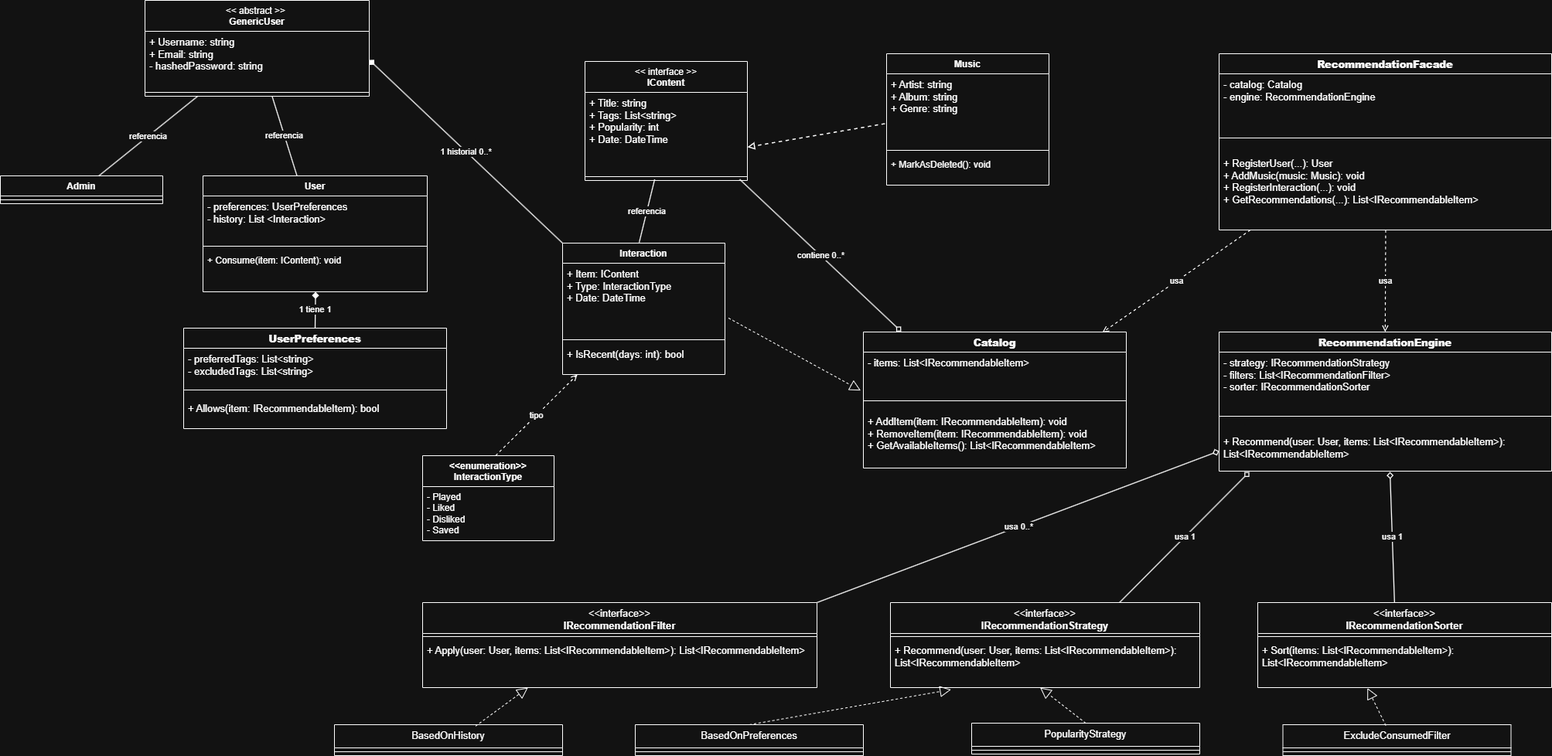
RodrigoQuincke/PII_Proyecto_2026_1 keeps this draw.io diagram as doc/UML.png. Above is the earlier version. Source tidied: cells renumbered, new cells last; positions are measured from the earlier drawing's top-left corner, leaving out a move shared by most shapes.
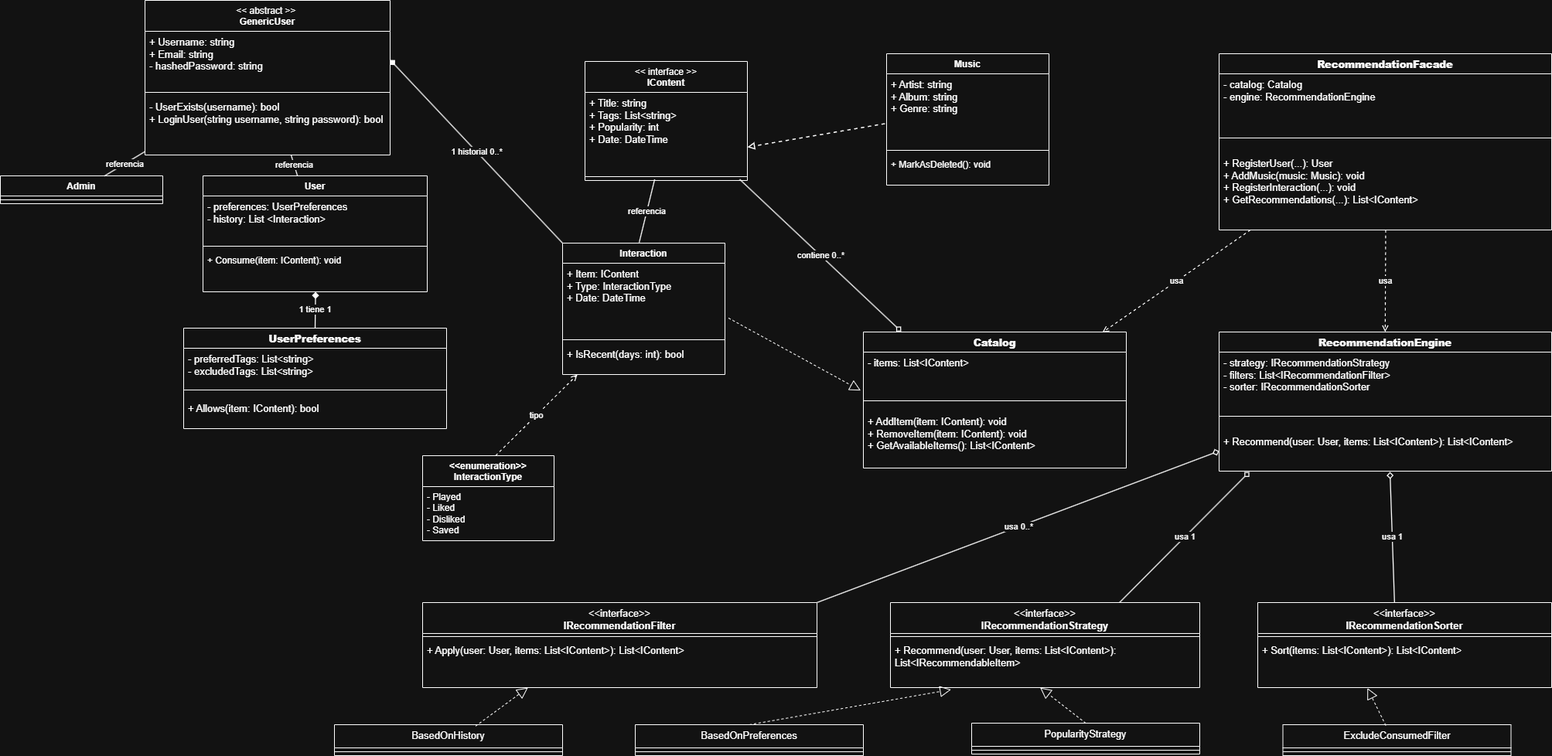
After the change.

Diff of the diagram source:
```diff
@@ -53,7 +53,7 @@
     <mxCell id="16" style="line;strokeWidth=1;fillColor=none;align=left;verticalAlign=middle;spacingTop=-1;spacingLeft=3;spacingRight=3;labelPosition=right;strokeColor=inherit;" parent="15" vertex="1">
       <mxGeometry y="40" width="510" height="8" as="geometry" />
     </mxCell>
-    <mxCell id="17" value="&lt;span style=&quot;font-size: 13px;&quot;&gt;+ Apply(user: User, items: List&amp;lt;IRecommendableItem&amp;gt;): List&amp;lt;IRecommendableItem&amp;gt;&lt;/span&gt;" style="text;strokeColor=none;fillColor=none;align=left;verticalAlign=top;spacingLeft=4;spacingRight=4;overflow=hidden;points=[[0,0.5],[1,0.5]];portConstraint=eastwest;whiteSpace=wrap;html=1;" parent="15" vertex="1">
+    <mxCell id="17" value="&lt;span style=&quot;font-size: 13px;&quot;&gt;+ Apply(user: User, items: List&amp;lt;IContent&amp;gt;): List&amp;lt;IContent&amp;gt;&lt;/span&gt;" style="text;strokeColor=none;fillColor=none;align=left;verticalAlign=top;spacingLeft=4;spacingRight=4;overflow=hidden;points=[[0,0.5],[1,0.5]];portConstraint=eastwest;whiteSpace=wrap;html=1;" parent="15" vertex="1">
       <mxGeometry y="48" width="510" height="62" as="geometry" />
     </mxCell>
     <mxCell id="18" value="&lt;div style=&quot;font-size: 13px; font-weight: 400;&quot;&gt;&lt;div&gt;&amp;lt;&amp;lt;interface&amp;gt;&amp;gt;&lt;/div&gt;&lt;div&gt;&lt;b&gt;IRecommendationStrategy&lt;/b&gt;&lt;/div&gt;&lt;div&gt;&lt;b&gt;&lt;br&gt;&lt;/b&gt;&lt;/div&gt;&lt;/div&gt;" style="swimlane;fontStyle=1;align=center;verticalAlign=top;horizontal=1;startSize=40;whiteSpace=wrap;html=1;" parent="1" vertex="1">
@@ -62,7 +62,7 @@
     <mxCell id="19" style="line;strokeWidth=1;fillColor=none;align=left;verticalAlign=middle;spacingTop=-1;spacingLeft=3;spacingRight=3;labelPosition=right;strokeColor=inherit;" parent="18" vertex="1">
       <mxGeometry y="40" width="400" height="8" as="geometry" />
     </mxCell>
-    <mxCell id="20" value="&lt;span style=&quot;font-size: 13px;&quot;&gt;+ Recommend(user: User, items: List&amp;lt;IRecommendableItem&amp;gt;): List&amp;lt;IRecommendableItem&amp;gt;&lt;/span&gt;" style="text;strokeColor=none;fillColor=none;align=left;verticalAlign=top;spacingLeft=4;spacingRight=4;overflow=hidden;points=[[0,0.5],[1,0.5]];portConstraint=eastwest;whiteSpace=wrap;html=1;" parent="18" vertex="1">
+    <mxCell id="20" value="&lt;span style=&quot;font-size: 13px;&quot;&gt;+ Recommend(user: User, items: List&amp;lt;IContent&amp;gt;): List&amp;lt;IRecommendableItem&amp;gt;&lt;/span&gt;" style="text;strokeColor=none;fillColor=none;align=left;verticalAlign=top;spacingLeft=4;spacingRight=4;overflow=hidden;points=[[0,0.5],[1,0.5]];portConstraint=eastwest;whiteSpace=wrap;html=1;" parent="18" vertex="1">
       <mxGeometry y="48" width="400" height="62" as="geometry" />
     </mxCell>
     <mxCell id="21" value="&lt;div style=&quot;font-size: 13px; font-weight: 400;&quot;&gt;&lt;div&gt;&lt;div&gt;&amp;lt;&amp;lt;interface&amp;gt;&amp;gt;&lt;/div&gt;&lt;div&gt;&lt;b&gt;IRecommendationSorter&lt;/b&gt;&lt;/div&gt;&lt;/div&gt;&lt;/div&gt;" style="swimlane;fontStyle=1;align=center;verticalAlign=top;horizontal=1;startSize=40;whiteSpace=wrap;html=1;" parent="1" vertex="1">
@@ -71,7 +71,7 @@
     <mxCell id="22" style="line;strokeWidth=1;fillColor=none;align=left;verticalAlign=middle;spacingTop=-1;spacingLeft=3;spacingRight=3;labelPosition=right;strokeColor=inherit;" parent="21" vertex="1">
       <mxGeometry y="40" width="380" height="8" as="geometry" />
     </mxCell>
-    <mxCell id="23" value="&lt;span style=&quot;font-size: 13px;&quot;&gt;+ Sort(items: List&amp;lt;IRecommendableItem&amp;gt;): List&amp;lt;IRecommendableItem&amp;gt;&lt;/span&gt;" style="text;strokeColor=none;fillColor=none;align=left;verticalAlign=top;spacingLeft=4;spacingRight=4;overflow=hidden;points=[[0,0.5],[1,0.5]];portConstraint=eastwest;whiteSpace=wrap;html=1;" parent="21" vertex="1">
+    <mxCell id="23" value="&lt;span style=&quot;font-size: 13px;&quot;&gt;+ Sort(items: List&amp;lt;IContent&amp;gt;): List&amp;lt;IContent&amp;gt;&lt;/span&gt;" style="text;strokeColor=none;fillColor=none;align=left;verticalAlign=top;spacingLeft=4;spacingRight=4;overflow=hidden;points=[[0,0.5],[1,0.5]];portConstraint=eastwest;whiteSpace=wrap;html=1;" parent="21" vertex="1">
       <mxGeometry y="48" width="380" height="62" as="geometry" />
     </mxCell>
     <mxCell id="24" value="&lt;b style=&quot;font-size: 13px;&quot;&gt;RecommendationFacade&lt;/b&gt;" style="swimlane;fontStyle=1;align=center;verticalAlign=top;horizontal=1;startSize=26;whiteSpace=wrap;html=1;" parent="1" vertex="1">
@@ -83,7 +83,7 @@
     <mxCell id="26" style="line;strokeWidth=1;fillColor=none;align=left;verticalAlign=middle;spacingTop=-1;spacingLeft=3;spacingRight=3;labelPosition=right;strokeColor=inherit;" parent="24" vertex="1">
       <mxGeometry y="90" width="430" height="38" as="geometry" />
     </mxCell>
-    <mxCell id="27" value="&lt;span style=&quot;font-size: 13px;&quot;&gt;+ RegisterUser(...): User&lt;/span&gt;&lt;br style=&quot;font-size: 13px;&quot;&gt;&lt;span style=&quot;font-size: 13px;&quot;&gt;+ AddMusic(music: Music): void&lt;/span&gt;&lt;br style=&quot;font-size: 13px;&quot;&gt;&lt;span style=&quot;font-size: 13px;&quot;&gt;+ RegisterInteraction(...): void&lt;/span&gt;&lt;br style=&quot;font-size: 13px;&quot;&gt;&lt;span style=&quot;font-size: 13px;&quot;&gt;+ GetRecommendations(...): List&amp;lt;IRecommendableItem&amp;gt;&lt;/span&gt;" style="text;strokeColor=none;fillColor=none;align=left;verticalAlign=top;spacingLeft=4;spacingRight=4;overflow=hidden;points=[[0,0.5],[1,0.5]];portConstraint=eastwest;whiteSpace=wrap;html=1;" parent="24" vertex="1">
+    <mxCell id="27" value="&lt;span style=&quot;font-size: 13px;&quot;&gt;+ RegisterUser(...): User&lt;/span&gt;&lt;br style=&quot;font-size: 13px;&quot;&gt;&lt;span style=&quot;font-size: 13px;&quot;&gt;+ AddMusic(music: Music): void&lt;/span&gt;&lt;br style=&quot;font-size: 13px;&quot;&gt;&lt;span style=&quot;font-size: 13px;&quot;&gt;+ RegisterInteraction(...): void&lt;/span&gt;&lt;br style=&quot;font-size: 13px;&quot;&gt;&lt;span style=&quot;font-size: 13px;&quot;&gt;+ GetRecommendations(...): List&amp;lt;IContent&amp;gt;&lt;/span&gt;" style="text;strokeColor=none;fillColor=none;align=left;verticalAlign=top;spacingLeft=4;spacingRight=4;overflow=hidden;points=[[0,0.5],[1,0.5]];portConstraint=eastwest;whiteSpace=wrap;html=1;" parent="24" vertex="1">
       <mxGeometry y="128" width="430" height="100" as="geometry" />
     </mxCell>
     <mxCell id="28" value="&lt;b style=&quot;font-size: 13px;&quot;&gt;RecommendationEngine&lt;/b&gt;" style="swimlane;fontStyle=1;align=center;verticalAlign=top;horizontal=1;startSize=26;whiteSpace=wrap;html=1;" parent="1" vertex="1">
@@ -95,7 +95,7 @@
     <mxCell id="30" style="line;strokeWidth=1;fillColor=none;align=left;verticalAlign=middle;spacingTop=-1;spacingLeft=3;spacingRight=3;labelPosition=right;strokeColor=inherit;" parent="28" vertex="1">
       <mxGeometry y="90" width="430" height="38" as="geometry" />
     </mxCell>
-    <mxCell id="31" value="&lt;span style=&quot;font-size: 13px;&quot;&gt;+ Recommend(user: User, items: List&amp;lt;IRecommendableItem&amp;gt;): List&amp;lt;IRecommendableItem&amp;gt;&lt;/span&gt;" style="text;strokeColor=none;fillColor=none;align=left;verticalAlign=top;spacingLeft=4;spacingRight=4;overflow=hidden;points=[[0,0.5],[1,0.5]];portConstraint=eastwest;whiteSpace=wrap;html=1;" parent="28" vertex="1">
+    <mxCell id="31" value="&lt;span style=&quot;font-size: 13px;&quot;&gt;+ Recommend(user: User, items: List&amp;lt;IContent&amp;gt;): List&amp;lt;IContent&amp;gt;&lt;/span&gt;" style="text;strokeColor=none;fillColor=none;align=left;verticalAlign=top;spacingLeft=4;spacingRight=4;overflow=hidden;points=[[0,0.5],[1,0.5]];portConstraint=eastwest;whiteSpace=wrap;html=1;" parent="28" vertex="1">
       <mxGeometry y="128" width="430" height="52" as="geometry" />
     </mxCell>
     <mxCell id="32" value="Music" style="swimlane;fontStyle=1;align=center;verticalAlign=top;horizontal=1;startSize=26;whiteSpace=wrap;html=1;" parent="1" vertex="1">
@@ -113,13 +113,13 @@
     <mxCell id="36" value="&lt;b style=&quot;font-size: 13px;&quot;&gt;Catalog&lt;/b&gt;" style="swimlane;fontStyle=1;align=center;verticalAlign=top;horizontal=1;startSize=26;whiteSpace=wrap;html=1;" parent="1" vertex="1">
       <mxGeometry x="1116" y="429" width="340" height="176" as="geometry" />
     </mxCell>
-    <mxCell id="37" value="&lt;span style=&quot;font-size: 13px;&quot;&gt;- items: List&amp;lt;IRecommendableItem&amp;gt;&lt;/span&gt;" style="text;strokeColor=none;fillColor=none;align=left;verticalAlign=top;spacingLeft=4;spacingRight=4;overflow=hidden;points=[[0,0.5],[1,0.5]];portConstraint=eastwest;whiteSpace=wrap;html=1;" parent="36" vertex="1">
+    <mxCell id="37" value="&lt;span style=&quot;font-size: 13px;&quot;&gt;- items: List&amp;lt;IContent&amp;gt;&lt;/span&gt;" style="text;strokeColor=none;fillColor=none;align=left;verticalAlign=top;spacingLeft=4;spacingRight=4;overflow=hidden;points=[[0,0.5],[1,0.5]];portConstraint=eastwest;whiteSpace=wrap;html=1;" parent="36" vertex="1">
       <mxGeometry y="26" width="340" height="50" as="geometry" />
     </mxCell>
     <mxCell id="38" style="line;strokeWidth=1;fillColor=none;align=left;verticalAlign=middle;spacingTop=-1;spacingLeft=3;spacingRight=3;labelPosition=right;strokeColor=inherit;" parent="36" vertex="1">
       <mxGeometry y="76" width="340" height="26" as="geometry" />
     </mxCell>
-    <mxCell id="39" value="&lt;span style=&quot;font-size: 13px;&quot;&gt;+ AddItem(item: IRecommendableItem): void&lt;/span&gt;&lt;br style=&quot;font-size: 13px;&quot;&gt;&lt;span style=&quot;font-size: 13px;&quot;&gt;+ RemoveItem(item: IRecommendableItem): void&lt;/span&gt;&lt;br style=&quot;font-size: 13px;&quot;&gt;&lt;span style=&quot;font-size: 13px;&quot;&gt;+ GetAvailableItems(): List&amp;lt;IRecommendableItem&amp;gt;&lt;/span&gt;" style="text;strokeColor=none;fillColor=none;align=left;verticalAlign=top;spacingLeft=4;spacingRight=4;overflow=hidden;whiteSpace=wrap;html=1;" parent="36" vertex="1">
+    <mxCell id="39" value="&lt;span style=&quot;font-size: 13px;&quot;&gt;+ AddItem(item: IContent): void&lt;/span&gt;&lt;br style=&quot;font-size: 13px;&quot;&gt;&lt;span style=&quot;font-size: 13px;&quot;&gt;+ RemoveItem(item: IContent): void&lt;/span&gt;&lt;br style=&quot;font-size: 13px;&quot;&gt;&lt;span style=&quot;font-size: 13px;&quot;&gt;+ GetAvailableItems(): List&amp;lt;IContent&amp;gt;&lt;/span&gt;" style="text;strokeColor=none;fillColor=none;align=left;verticalAlign=top;spacingLeft=4;spacingRight=4;overflow=hidden;whiteSpace=wrap;html=1;" parent="36" vertex="1">
       <mxGeometry y="102" width="340" height="74" as="geometry" />
     </mxCell>
     <mxCell id="40" value="Interaction" style="swimlane;fontStyle=1;align=center;verticalAlign=top;horizontal=1;startSize=26;whiteSpace=wrap;html=1;" parent="1" vertex="1">
@@ -143,7 +143,7 @@
     <mxCell id="46" style="line;strokeWidth=1;fillColor=none;align=left;verticalAlign=middle;spacingTop=-1;spacingLeft=3;spacingRight=3;labelPosition=right;strokeColor=inherit;" parent="44" vertex="1">
       <mxGeometry y="70" width="340" height="20" as="geometry" />
     </mxCell>
-    <mxCell id="47" value="&lt;span style=&quot;font-size: 13px;&quot;&gt;+ Allows(item: IRecommendableItem): bool&lt;/span&gt;" style="text;strokeColor=none;fillColor=none;align=left;verticalAlign=top;spacingLeft=4;spacingRight=4;overflow=hidden;whiteSpace=wrap;html=1;" parent="44" vertex="1">
+    <mxCell id="47" value="&lt;span style=&quot;font-size: 13px;&quot;&gt;+ Allows(item: IContent): bool&lt;/span&gt;" style="text;strokeColor=none;fillColor=none;align=left;verticalAlign=top;spacingLeft=4;spacingRight=4;overflow=hidden;whiteSpace=wrap;html=1;" parent="44" vertex="1">
       <mxGeometry y="90" width="340" height="40" as="geometry" />
     </mxCell>
     <mxCell id="48" value="User" style="swimlane;fontStyle=1;align=center;verticalAlign=top;horizontal=1;startSize=26;whiteSpace=wrap;html=1;" parent="1" vertex="1">
@@ -159,14 +159,17 @@
       <mxGeometry y="96" width="290" height="54" as="geometry" />
     </mxCell>
     <mxCell id="52" value="&lt;span style=&quot;font-weight: normal;&quot;&gt;&amp;lt;&amp;lt; abstract &amp;gt;&amp;gt;&amp;nbsp;&lt;/span&gt;&lt;div&gt;GenericUser&lt;/div&gt;" style="swimlane;fontStyle=1;align=center;verticalAlign=top;horizontal=1;startSize=40;whiteSpace=wrap;html=1;" parent="1" vertex="1">
-      <mxGeometry x="187" width="290" height="124" as="geometry" />
+      <mxGeometry x="187" width="317" height="200" as="geometry" />
     </mxCell>
     <mxCell id="53" value="&lt;span style=&quot;font-size: 13px;&quot;&gt;+ Username: string&lt;/span&gt;&lt;br style=&quot;font-size: 13px;&quot;&gt;&lt;span style=&quot;font-size: 13px;&quot;&gt;+ Email: string&lt;/span&gt;&lt;div&gt;&lt;span style=&quot;font-size: 13px;&quot;&gt;- hashedPassword: string&lt;/span&gt;&lt;/div&gt;" style="text;strokeColor=none;fillColor=none;align=left;verticalAlign=top;spacingLeft=4;spacingRight=4;overflow=hidden;points=[[0,0.5],[1,0.5]];portConstraint=eastwest;whiteSpace=wrap;html=1;" parent="52" vertex="1">
-      <mxGeometry y="40" width="290" height="74" as="geometry" />
+      <mxGeometry y="40" width="317" height="74" as="geometry" />
     </mxCell>
     <mxCell id="54" style="line;strokeWidth=1;fillColor=none;align=left;verticalAlign=middle;spacingTop=-1;spacingLeft=3;spacingRight=3;labelPosition=right;strokeColor=inherit;" parent="52" vertex="1">
-      <mxGeometry y="114" width="290" height="10" as="geometry" />
+      <mxGeometry y="114" width="317" height="10" as="geometry" />
     </mxCell>
+    <mxCell id="75" value="&lt;span style=&quot;font-size: 13px;&quot;&gt;- UserExists(username): bool&lt;/span&gt;&lt;br style=&quot;font-size: 13px;&quot;&gt;&lt;span style=&quot;font-size: 13px;&quot;&gt;+ LoginUser(string username, string password): bool&lt;/span&gt;" style="text;strokeColor=none;fillColor=none;align=left;verticalAlign=top;spacingLeft=4;spacingRight=4;overflow=hidden;whiteSpace=wrap;html=1;" parent="52" vertex="1">
+      <mxGeometry y="124" width="317" height="76" as="geometry" />
+    </mxCell>
     <mxCell id="55" value="Admin" style="swimlane;fontStyle=1;align=center;verticalAlign=top;horizontal=1;startSize=26;whiteSpace=wrap;html=1;" parent="1" vertex="1">
       <mxGeometry y="227" width="210" height="36" as="geometry" />
     </mxCell>
```
